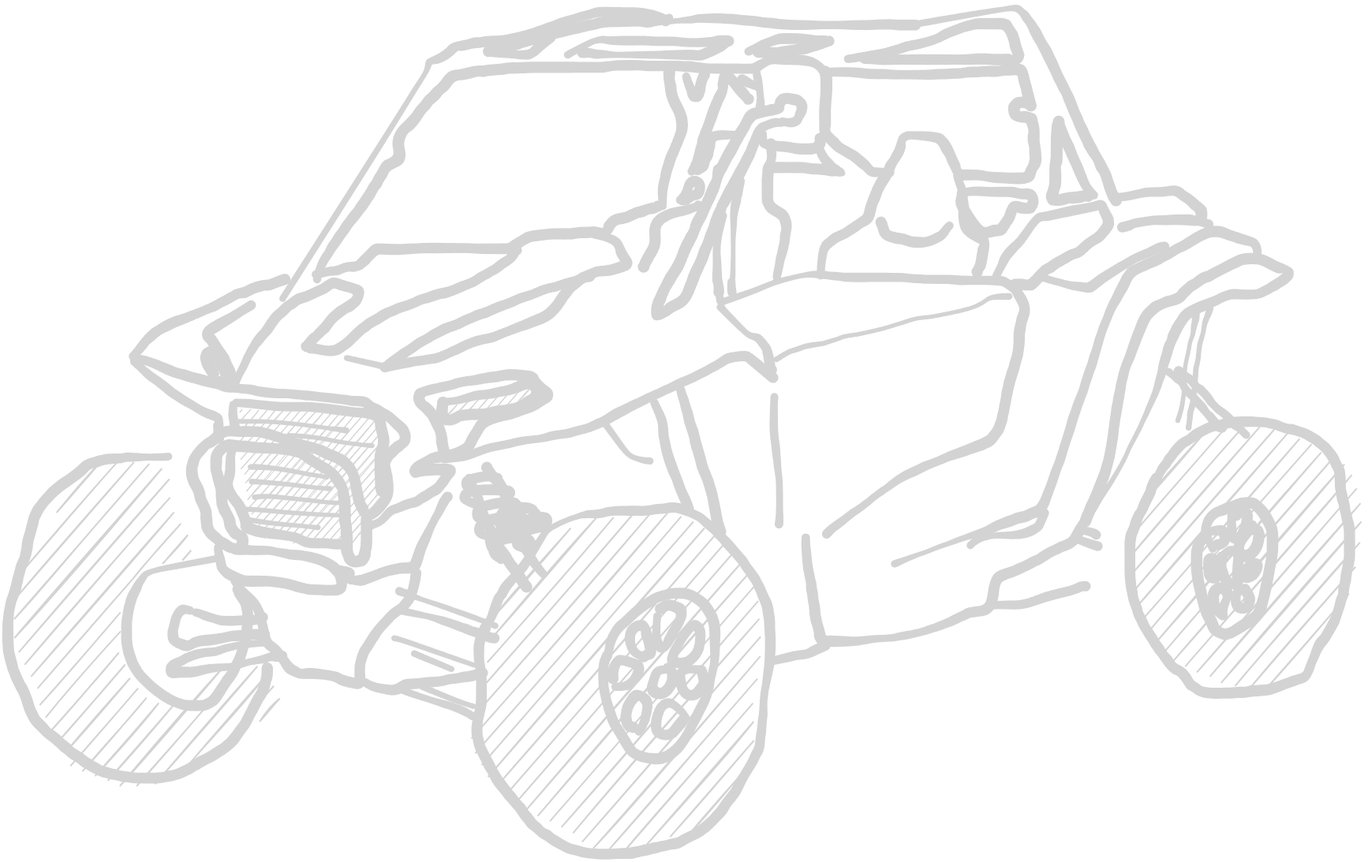
This is factions/ressources/polaris.excalidraw.png from christsven/H.E.A.T, a Excalidraw export, as it was before one commit. Source tidied: one line per element, renumbered; positions are measured from the earlier drawing's top-left corner, leaving out a move shared by most shapes.
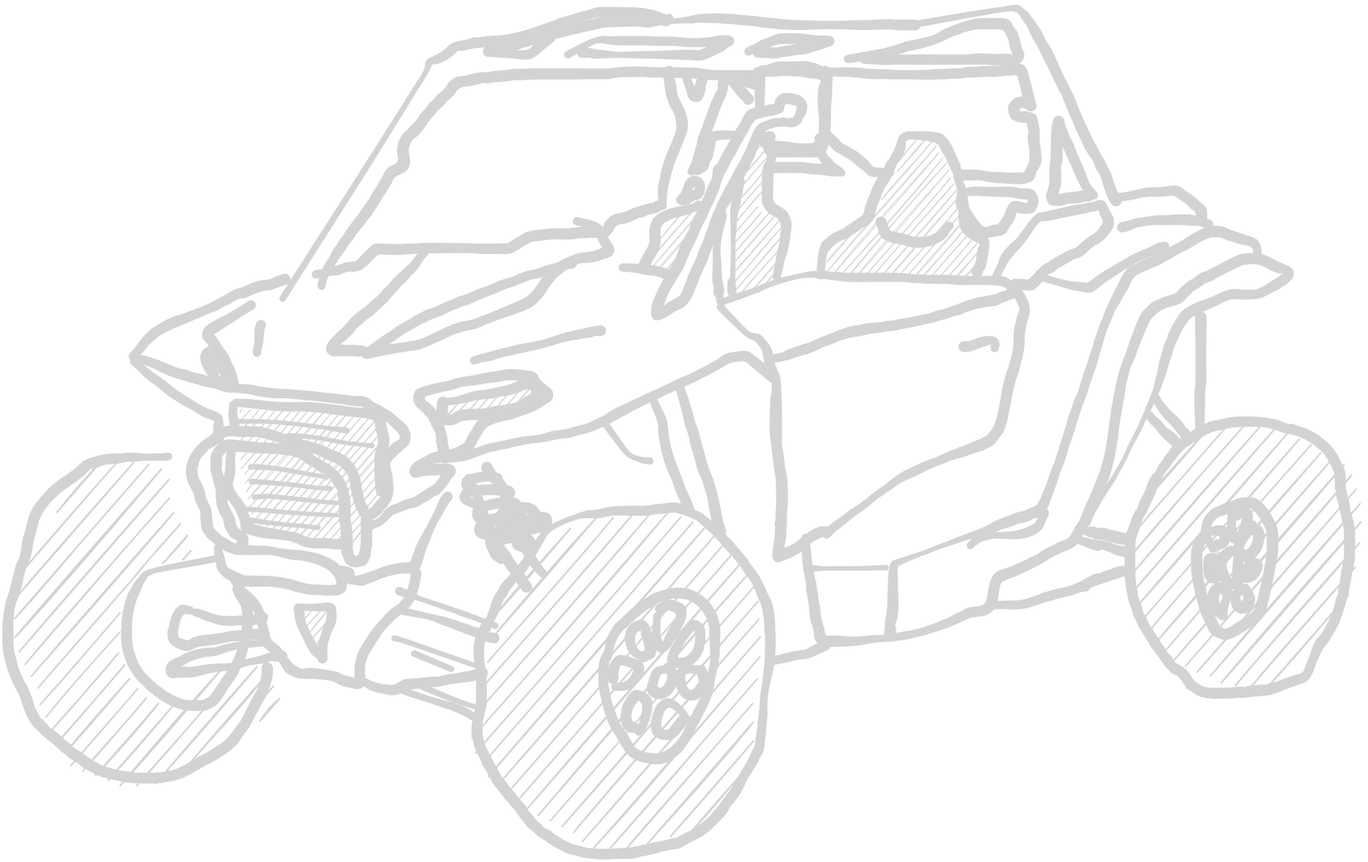
The same diagram one commit later.

The edit, as a diff of the source:
```diff
@@ -11,3 +11,3 @@
 {"id": 10, "type": "freedraw", "strokeColor": "#1e1e1e", "strokeWidth": 2, "roughness": 1, "x": 1065, "y": 65, "width": 216, "height": 45, "points": [[0, 0], [19, -3], [52, -9], [75, -16], [109, -24], [131, -34], [149, -41], [165, -45], [176, -45], [191, -45], [201, -44], [206, -35], [209, -25], [214, -12], [216, -3], [205, 1], [185, 1], [167, 0], [134, 1], [113, 1], [89, 1], [62, 1], [46, 1], [33, 0], [22, -1]]}
-{"id": 11, "type": "freedraw", "strokeColor": "#1e1e1e", "strokeWidth": 2, "roughness": 1, "x": 392, "y": 344, "width": 640, "height": 279, "points": [[0, 0], [20, -42], [39, -70], [56, -91], [71, -117], [84, -137], [99, -148], [104, -163], [105, -181], [118, -197], [133, -216], [151, -237], [163, -248], [177, -258], [202, -264], [233, -266], [261, -268], [297, -269], [334, -269], [375, -270], [416, -270], [457, -270], [500, -267], [549, -267], [591, -278], [632, -275]]}
+{"id": 11, "type": "freedraw", "strokeColor": "#1e1e1e", "strokeWidth": 2, "roughness": 1, "x": 398, "y": 352, "width": 640, "height": 279, "points": [[0, 0], [20, -42], [39, -70], [56, -91], [71, -117], [84, -137], [99, -148], [104, -163], [105, -181], [118, -197], [133, -216], [151, -237], [163, -248], [177, -258], [202, -264], [233, -266], [261, -268], [297, -269], [334, -269], [375, -270], [416, -270], [457, -270], [500, -267], [549, -267], [591, -278], [632, -275]]}
 {"id": 12, "type": "freedraw", "strokeColor": "#1e1e1e", "strokeWidth": 2, "roughness": 1, "x": 949, "y": 80, "width": 5, "height": 54, "points": [[0, 0], [0, 1], [0, 3], [0, 3], [0, 5], [0, 6], [1, 8], [1, 9], [3, 13], [5, 31], [5, 36], [5, 37], [5, 39], [5, 39], [5, 41], [5, 42], [4, 44], [4, 45], [4, 46], [4, 47], [4, 49], [4, 50], [3, 52], [3, 52], [3, 54], [3, 54]]}
@@ -27,5 +27,3 @@
 {"id": 26, "type": "freedraw", "strokeColor": "#1e1e1e", "strokeWidth": 2, "roughness": 1, "x": 160, "y": 445, "width": 149, "height": 104, "points": [[0, 0], [9, 0], [17, 3], [27, 7], [37, 10], [47, 15], [56, 18], [68, 21], [78, 25], [88, 27], [104, 31], [112, 33], [118, 35], [124, 35], [125, 30], [124, 22], [121, 15], [117, 7], [114, 1], [111, -6], [104, -15], [100, -21], [95, -27], [93, -33], [101, -40], [123, -52], [143, -65], [149, -69]]}
-{"id": 27, "type": "freedraw", "strokeColor": "#1e1e1e", "strokeWidth": 2, "roughness": 1, "x": 287, "y": 481, "width": 358, "height": 173, "points": [[0, 0], [14, -32], [27, -55], [39, -68], [52, -88], [70, -104], [91, -114], [116, -126], [129, -131], [157, -123], [154, -108], [134, -95], [118, -79], [100, -62], [92, -52], [121, -45], [144, -57], [163, -75], [181, -86], [206, -99], [232, -108], [252, -116], [281, -124], [312, -139], [338, -155], [356, -171]]}
-{"id": 28, "type": "freedraw", "strokeColor": "#1e1e1e", "strokeWidth": 2, "roughness": 1, "x": 744, "y": 287, "width": 308, "height": 168, "points": [[0, 0], [25, 8], [30, 16], [36, 27], [39, 39], [7, 46], [-14, 54], [-32, 67], [-43, 83], [-56, 99], [-79, 111], [-122, 127], [-154, 136], [-191, 153], [-228, 161], [-257, 166], [-255, 160], [-225, 139], [-198, 124], [-170, 112], [-143, 100], [-106, 87], [-70, 71], [-31, 61], [-13, 56]]}
+{"id": 28, "type": "freedraw", "strokeColor": "#1e1e1e", "strokeWidth": 2, "roughness": 1, "x": 721, "y": 270, "width": 308, "height": 168, "points": [[0, 0], [25, 8], [30, 16], [36, 27], [39, 39], [7, 46], [-14, 54], [-32, 67], [-43, 83], [-56, 99], [-79, 111], [-122, 127], [-154, 136], [-191, 153], [-228, 161], [-257, 166], [-255, 160], [-225, 139], [-198, 124], [-170, 112], [-143, 100], [-106, 87], [-70, 71], [-31, 61], [-13, 56]]}
-{"id": 29, "type": "freedraw", "strokeColor": "#1e1e1e", "strokeWidth": 2, "roughness": 1, "x": 477, "y": 455, "width": 82, "height": 19, "points": [[0, 0], [0, -1], [-82, -19]]}
 {"id": 30, "type": "freedraw", "strokeColor": "#1e1e1e", "strokeWidth": 2, "roughness": 1, "x": 282, "y": 482, "width": 270, "height": 220, "points": [[0, 0], [93, 9], [173, 20], [221, 58], [196, 92], [199, 130], [179, 159], [155, 108], [107, 76], [35, 55], [-21, 66], [-49, 100], [-36, 145], [-27, 181], [3, 202], [5, 184], [-10, 147], [-18, 98], [6, 73], [78, 79], [132, 112], [145, 153], [148, 195], [163, 220], [173, 170]]}
@@ -121,6 +119,2 @@
 {"id": 120, "type": "freedraw", "strokeColor": "#1e1e1e", "strokeWidth": 2, "roughness": 1, "x": 974, "y": 446, "width": 297, "height": 80, "points": [[0, 0], [0, -5], [5, -7], [11, -7], [18, -11], [25, -14], [32, -14], [39, -18], [46, -18], [57, -21], [66, -21], [73, -25], [84, -27], [91, -32], [105, -32], [119, -34], [132, -39], [146, -41], [155, -46], [167, -48], [176, -52], [189, -55], [208, -55], [221, -59], [237, -62], [251, -66], [258, -68], [269, -75], [272, -80], [276, -80], [278, -80], [285, -80], [292, -80], [297, -80], [297, -80]]}
-{"id": 121, "type": "freedraw", "strokeColor": "#1e1e1e", "strokeWidth": 2, "roughness": 1, "x": 1570, "y": 542, "width": 87, "height": 82, "points": [[0, 0], [-5, -5], [-7, -7], [-11, -11], [-14, -11], [-18, -14], [-18, -18], [-21, -21], [-25, -25], [-27, -27], [-34, -32], [-39, -34], [-41, -39], [-46, -41], [-48, -46], [-48, -48], [-52, -52], [-55, -55], [-59, -59], [-62, -62], [-66, -62], [-66, -66], [-68, -68], [-73, -73], [-75, -73], [-80, -75], [-82, -75], [-82, -80], [-87, -82], [-87, -82]]}
-{"id": 122, "type": "freedraw", "strokeColor": "#1e1e1e", "strokeWidth": 2, "roughness": 1, "x": 1471, "y": 462, "width": 68, "height": 71, "points": [[0, 0], [5, 2], [7, 7], [11, 9], [14, 14], [18, 14], [18, 16], [21, 21], [21, 23], [25, 27], [27, 27], [32, 30], [32, 34], [34, 34], [34, 37], [39, 41], [41, 43], [46, 48], [46, 50], [48, 50], [48, 55], [52, 55], [52, 57], [55, 57], [55, 62], [59, 64], [62, 68], [62, 71], [66, 71], [68, 71], [68, 71]]}
-{"id": 123, "type": "freedraw", "strokeColor": "#1e1e1e", "strokeWidth": 2, "roughness": 1, "x": 1497, "y": 532, "width": 27, "height": 153, "points": [[0, 0], [0, -2], [0, -9], [2, -16], [2, -18], [2, -25], [7, -32], [7, -43], [7, -50], [9, -59], [9, -66], [9, -73], [9, -80], [14, -91], [14, -100], [14, -107], [16, -114], [21, -125], [21, -132], [21, -135], [23, -139], [23, -141], [27, -148], [27, -153], [27, -153]]}
-{"id": 124, "type": "freedraw", "strokeColor": "#1e1e1e", "strokeWidth": 2, "roughness": 1, "x": 1483, "y": 523, "width": 23, "height": 137, "points": [[0, 0], [0, -2], [2, -9], [7, -21], [9, -37], [9, -50], [9, -64], [9, -78], [14, -89], [16, -98], [16, -105], [21, -112], [21, -116], [21, -119], [21, -123], [23, -123], [23, -125], [23, -130], [23, -132], [23, -137], [23, -137]]}
 {"id": 125, "type": "freedraw", "strokeColor": "transparent", "backgroundColor": "#1e1e1e", "fillStyle": "hachure", "strokeWidth": 2, "roughness": 1, "x": 279, "y": 500, "width": 190, "height": 186, "points": [[0, 0], [49, 3], [141, 14], [181, 44], [190, 87], [183, 112], [175, 142], [160, 173], [115, 186], [40, 168], [19, 143], [8, 111], [0, 70], [0, 34], [0, 5], [4, 15], [10, 27], [10, 10], [4, 11], [4, 30], [0, 44], [5, 56], [10, 41], [12, 25], [20, 10]]}
@@ -130,1 +124,22 @@
 {"id": 129, "type": "freedraw", "strokeColor": "transparent", "backgroundColor": "#1e1e1e", "fillStyle": "hachure", "strokeWidth": 4, "roughness": 1, "x": 202, "y": 583, "width": 336, "height": 413, "points": [[0, 0], [5, 49], [22, 86], [33, 116], [-7, 120], [-45, 145], [-65, 177], [-64, 218], [-52, 259], [-18, 292], [34, 278], [68, 248], [128, 270], [119, 317], [59, 348], [8, 386], [-57, 401], [-135, 359], [-168, 285], [-195, 192], [-181, 113], [-130, 20], [-72, -12], [-18, -8], [5, -1]]}
+{"id": 130, "type": "freedraw", "strokeColor": "transparent", "backgroundColor": "#1e1e1e", "fillStyle": "hachure", "strokeWidth": 2, "roughness": 1, "x": 1038, "y": 337, "width": 203, "height": 175, "points": [[0, 0], [-3, -19], [6, -38], [19, -52], [41, -65], [57, -74], [66, -91], [85, -139], [98, -161], [113, -169], [135, -164], [153, -135], [164, -105], [170, -81], [175, -57], [184, -43], [192, -29], [192, -11], [190, -2], [168, 4], [122, 6], [85, 5], [46, 0], [18, -1], [-9, -3]]}
+{"id": 131, "type": "freedraw", "strokeColor": "transparent", "backgroundColor": "#1e1e1e", "fillStyle": "hachure", "strokeWidth": 2, "roughness": 1, "x": 920, "y": 367, "width": 72, "height": 199, "points": [[0, 0], [-5, -33], [-2, -61], [2, -95], [2, -124], [4, -140], [9, -161], [13, -177], [17, -185], [31, -195], [40, -194], [42, -172], [39, -160], [31, -138], [30, -115], [45, -108], [58, -93], [67, -71], [64, -54], [58, -33], [55, -24], [42, -15], [27, -5], [15, -5], [6, -5]]}
+{"id": 132, "type": "freedraw", "strokeColor": "transparent", "backgroundColor": "#1e1e1e", "fillStyle": "hachure", "strokeWidth": 2, "roughness": 1, "x": 843, "y": 333, "width": 63, "height": 81, "points": [[0, 0], [-5, 0], [-13, 0], [-20, 0], [-25, -1], [-28, -6], [-27, -15], [-27, -26], [-25, -37], [-19, -45], [-14, -54], [-4, -66], [5, -73], [15, -77], [22, -81], [30, -81], [35, -77], [32, -61], [21, -47], [13, -35], [7, -25], [4, -16], [2, -11], [1, -5], [-1, -1]]}
+{"id": 133, "type": "freedraw", "strokeColor": "#1e1e1e", "backgroundColor": "#1e1e1e", "fillStyle": "hachure", "strokeWidth": 2, "roughness": 1, "x": 779, "y": 329, "width": 57, "height": 9, "points": [[0, 0], [1, 0], [3, 0], [5, 0], [8, 0], [11, 0], [14, 1], [17, 1], [20, 1], [25, 3], [27, 3], [30, 4], [31, 4], [34, 4], [35, 4], [38, 4], [39, 4], [41, 4], [42, 4], [45, 5], [46, 5], [47, 5], [49, 5], [50, 6], [52, 6], [53, 8], [55, 8], [57, 8], [57, 9], [57, 9]]}
+{"id": 134, "type": "freedraw", "strokeColor": "#1e1e1e", "backgroundColor": "#1e1e1e", "fillStyle": "hachure", "strokeWidth": 2, "roughness": 1, "x": 529, "y": 309, "width": 119, "height": 128, "points": [[0, 0], [-7, 7], [-14, 17], [-19, 23], [-27, 32], [-35, 39], [-40, 45], [-45, 51], [-51, 56], [-56, 61], [-62, 67], [-68, 72], [-75, 78], [-80, 82], [-87, 88], [-92, 93], [-97, 98], [-100, 102], [-105, 106], [-110, 110], [-113, 115], [-116, 118], [-119, 125], [-105, 125], [-94, 125], [-85, 126], [-75, 126]]}
+{"id": 135, "type": "freedraw", "strokeColor": "#1e1e1e", "backgroundColor": "#1e1e1e", "fillStyle": "hachure", "strokeWidth": 2, "roughness": 1, "x": 591, "y": 447, "width": 162, "height": 38, "points": [[0, 0], [2, -2], [7, -3], [14, -5], [23, -5], [31, -8], [42, -11], [51, -13], [58, -15], [67, -16], [80, -19], [90, -22], [99, -24], [107, -27], [115, -30], [121, -32], [128, -32], [134, -32], [140, -34], [145, -35], [150, -35], [151, -37], [156, -37], [162, -38]]}
+{"id": 136, "type": "freedraw", "strokeColor": "#1e1e1e", "backgroundColor": "#1e1e1e", "fillStyle": "hachure", "strokeWidth": 2, "roughness": 1, "x": 316, "y": 437, "width": 5, "height": 35, "points": [[0, 0], [0, -1], [0, -3], [1, -4], [1, -5], [1, -8], [3, -11], [3, -14], [3, -16], [3, -20], [3, -22], [3, -24], [3, -25], [4, -28], [4, -30], [4, -31], [4, -32], [4, -33], [4, -35], [5, -35], [5, -35]]}
+{"id": 137, "type": "freedraw", "strokeColor": "#1e1e1e", "backgroundColor": "#1e1e1e", "fillStyle": "hachure", "strokeWidth": 2, "roughness": 1, "x": 367, "y": 760, "width": 43, "height": 67, "points": [[0, 0], [3, 0], [14, 0], [24, 0], [28, 0], [35, 0], [38, -1], [42, 0], [43, 1], [43, 5], [43, 8], [43, 15], [41, 24], [35, 35], [34, 42], [31, 50], [31, 56], [31, 60], [31, 64], [31, 65], [24, 58], [20, 51], [14, 42], [10, 35], [7, 28], [6, 23], [3, 17], [2, 14], [2, 10], [2, 7], [0, 0]]}
+{"id": 138, "type": "freedraw", "strokeColor": "#1e1e1e", "backgroundColor": "#1e1e1e", "fillStyle": "hachure", "strokeWidth": 2, "roughness": 1, "x": 972, "y": 464, "width": 64, "height": 232, "points": [[0, 0], [2, 11], [2, 23], [2, 32], [2, 42], [2, 51], [2, 60], [2, 74], [3, 94], [6, 114], [8, 127], [9, 136], [9, 147], [9, 157], [9, 167], [8, 182], [8, 192], [7, 207], [5, 220], [4, 228], [11, 228], [22, 224], [33, 218], [40, 210], [47, 205], [56, 202], [64, 200]]}
+{"id": 139, "type": "freedraw", "strokeColor": "#1e1e1e", "backgroundColor": "#1e1e1e", "fillStyle": "hachure", "strokeWidth": 2, "roughness": 1, "x": 966, "y": 445, "width": 312, "height": 84, "points": [[0, 0], [9, 0], [33, -8], [50, -13], [58, -17], [70, -22], [84, -27], [95, -31], [108, -36], [120, -37], [139, -39], [151, -41], [165, -44], [185, -47], [201, -51], [215, -55], [228, -58], [241, -62], [252, -67], [259, -70], [273, -72], [284, -73], [291, -76], [298, -79], [304, -82], [312, -84]]}
+{"id": 140, "type": "freedraw", "strokeColor": "#1e1e1e", "backgroundColor": "#1e1e1e", "fillStyle": "hachure", "strokeWidth": 2, "roughness": 1, "x": 1251, "y": 431, "width": 41, "height": 9, "points": [[0, 0], [1, 0], [1, -1], [1, -3], [1, -4], [2, -7], [2, -8], [2, -9], [0, -9], [-3, -9], [-5, -9], [-6, -9], [-8, -9], [-10, -9], [-13, -8], [-14, -8], [-16, -8], [-17, -8], [-20, -8], [-23, -6], [-25, -5], [-27, -3], [-30, -3], [-31, -2], [-33, -2], [-34, -2], [-36, -2], [-39, -2], [-39, -2], [-39, -2]]}
+{"id": 141, "type": "freedraw", "strokeColor": "#1e1e1e", "backgroundColor": "#1e1e1e", "fillStyle": "hachure", "strokeWidth": 2, "roughness": 1, "x": 1113, "y": 710, "width": 98, "height": 1, "points": [[0, 0], [-1, 0], [-4, 0], [-10, 0], [-17, 0], [-27, 1], [-38, 1], [-50, 1], [-64, 1], [-75, 1], [-84, 1], [-88, 1], [-90, 1], [-91, 1], [-93, 1], [-94, 1], [-96, 1], [-98, 1], [-98, 1]]}
+{"id": 142, "type": "freedraw", "strokeColor": "#1e1e1e", "backgroundColor": "#1e1e1e", "fillStyle": "hachure", "strokeWidth": 2, "roughness": 1, "x": 1123, "y": 708, "width": 5, "height": 86, "points": [[0, 0], [0, 3], [0, 6], [-1, 9], [-1, 14], [-1, 17], [-1, 20], [-1, 25], [-1, 28], [-1, 31], [-1, 35], [-1, 38], [-1, 41], [-1, 43], [-1, 46], [-1, 49], [-1, 52], [-1, 55], [-2, 58], [-2, 61], [-2, 64], [-2, 67], [-4, 68], [-4, 71], [-4, 74], [-4, 77], [-4, 80], [-4, 83], [-5, 84], [-5, 86]]}
+{"id": 143, "type": "freedraw", "strokeColor": "#1e1e1e", "backgroundColor": "#1e1e1e", "fillStyle": "hachure", "strokeWidth": 2, "roughness": 1, "x": 1369, "y": 730, "width": 55, "height": 20, "points": [[0, 0], [3, -1], [4, -4], [6, -6], [10, -7], [13, -7], [16, -7], [21, -7], [24, -9], [27, -10], [30, -10], [33, -12], [38, -13], [42, -15], [44, -16], [47, -16], [47, -16], [40, -15], [34, -14], [29, -11], [24, -9], [18, -8], [15, -6], [11, -5], [6, -3], [3, -2], [0, 0], [-1, 1], [-4, 3], [-6, 4], [-7, 4]]}
+{"id": 144, "type": "freedraw", "strokeColor": "#1e1e1e", "backgroundColor": "#1e1e1e", "fillStyle": "hachure", "strokeWidth": 2, "roughness": 1, "x": 1366, "y": 677, "width": 50, "height": 13, "points": [[0, 0], [4, 0], [9, 1], [13, 3], [15, 3], [16, 3], [18, 3], [19, 4], [21, 4], [22, 4], [24, 4], [24, 4], [24, 6], [26, 6], [27, 6], [29, 7], [30, 7], [32, 7], [33, 9], [35, 9], [36, 9], [36, 10], [38, 10], [41, 10], [42, 12], [44, 12], [45, 12], [47, 12], [48, 13], [50, 13], [50, 13]]}
+{"id": 145, "type": "freedraw", "strokeColor": "#1e1e1e", "backgroundColor": "#1e1e1e", "fillStyle": "hachure", "strokeWidth": 2, "roughness": 1, "x": 1378, "y": 664, "width": 51, "height": 10, "points": [[0, 0], [3, 0], [7, 1], [12, 1], [16, 2], [19, 4], [22, 4], [24, 5], [29, 7], [35, 8], [38, 8], [39, 10], [42, 10], [43, 10], [37, 10], [31, 10], [24, 7], [17, 6], [12, 4], [8, 4], [2, 3], [0, 1], [-3, 1], [-6, 1], [0, 0]]}
+{"id": 146, "type": "freedraw", "strokeColor": "#1e1e1e", "backgroundColor": "#1e1e1e", "fillStyle": "hachure", "strokeWidth": 2, "roughness": 1, "x": 1455, "y": 495, "width": 38, "height": 46, "points": [[0, 0], [0, 1], [1, 3], [1, 4], [3, 6], [5, 8], [5, 10], [7, 11], [9, 13], [9, 14], [11, 16], [11, 17], [13, 19], [15, 21], [17, 23], [19, 25], [21, 27], [23, 29], [25, 30], [25, 31], [27, 33], [27, 34], [29, 35], [29, 36], [29, 37], [31, 38], [32, 39], [32, 40], [33, 40], [33, 41], [34, 41], [34, 42], [35, 43], [36, 44], [37, 45], [38, 46], [38, 46]]}
+{"id": 147, "type": "freedraw", "strokeColor": "#1e1e1e", "backgroundColor": "#1e1e1e", "fillStyle": "hachure", "strokeWidth": 2, "roughness": 1, "x": 1447, "y": 516, "width": 35, "height": 37, "points": [[0, 0], [0, 1], [0, 3], [3, 5], [3, 5], [5, 7], [5, 7], [7, 9], [9, 9], [11, 11], [11, 13], [13, 13], [13, 15], [13, 15], [13, 17], [15, 17], [15, 17], [15, 17], [15, 19], [17, 19], [17, 21], [19, 21], [19, 21], [19, 23], [21, 23], [21, 23], [21, 25], [23, 25], [23, 25], [25, 27], [27, 27], [27, 29], [29, 29], [29, 29], [29, 31], [31, 31], [31, 32], [32, 33], [32, 34], [33, 34], [33, 35], [34, 35], [34, 36], [35, 36], [35, 37], [35, 37]]}
+{"id": 148, "type": "freedraw", "strokeColor": "#1e1e1e", "backgroundColor": "#1e1e1e", "fillStyle": "hachure", "strokeWidth": 2, "roughness": 1, "x": 1511, "y": 539, "width": 1, "height": 147, "points": [[0, 0], [0, -3], [0, -8], [0, -14], [0, -18], [0, -23], [0, -30], [0, -36], [0, -42], [0, -50], [1, -56], [1, -64], [1, -74], [1, -84], [1, -94], [1, -103], [1, -110], [1, -114], [1, -119], [1, -122], [1, -128], [1, -132], [1, -135], [1, -139], [1, -142], [1, -145], [1, -147]]}
+{"id": 149, "type": "freedraw", "strokeColor": "#1e1e1e", "backgroundColor": "#1e1e1e", "fillStyle": "hachure", "strokeWidth": 2, "roughness": 1, "x": 1512, "y": 392, "width": 0, "height": 0, "points": [[0, 0], [0, 0]]}
+{"id": 150, "type": "freedraw", "strokeColor": "#1e1e1e", "backgroundColor": "#1e1e1e", "fillStyle": "hachure", "strokeWidth": 2, "roughness": 1, "x": 953, "y": 133, "width": 86, "height": 103, "points": [[0, 0], [0, -11], [0, -26], [0, -37], [0, -47], [3, -53], [17, -53], [35, -54], [52, -54], [67, -51], [78, -49], [86, -45], [84, -36], [81, -17], [82, -1], [83, 11], [82, 30], [81, 40], [78, 47], [60, 49], [39, 49], [24, 49], [12, 47], [12, 38], [14, 32]]}
```
